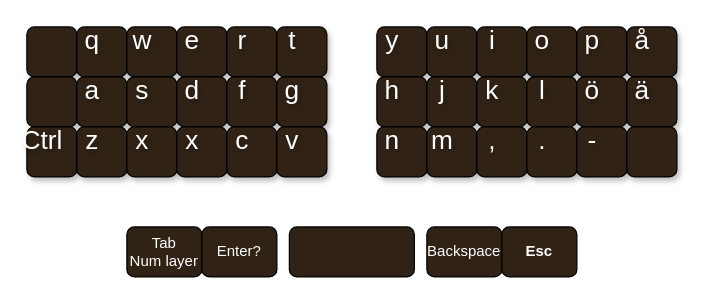
jpluomajoki/reviung41-zmk-config keeps this draw.io diagram as layout.drawio. Above is the earlier version. Source tidied: cells renumbered, new cells numbered last; positions are measured from the earlier drawing's top-left corner, leaving out a move shared by most shapes. Both pictures are drawn from the tidied source at 125%, with x=0, y=0 at pixel (26, 26).
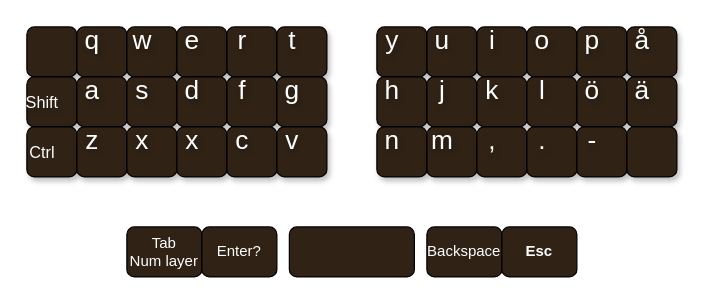
Above is the later version.

Change to the diagram source:
```diff
@@
-    <mxCell id="8" value="&lt;div&gt;&lt;br&gt;&lt;/div&gt;" style="whiteSpace=wrap;html=1;fillColor=#302316;perimeterSpacing=0;rounded=1;shadow=1;textShadow=1;fontSize=21;labelPosition=center;verticalLabelPosition=middle;align=center;verticalAlign=middle;spacingLeft=-15;spacingTop=-20;spacing=0;fontColor=#FFFFFF;" parent="1" vertex="1">
+    <mxCell id="8" value="Shift" style="whiteSpace=wrap;html=1;fillColor=#302316;perimeterSpacing=0;rounded=1;shadow=1;textShadow=1;fontSize=13;labelPosition=center;verticalLabelPosition=middle;align=center;verticalAlign=middle;spacingLeft=-15;spacingTop=0;spacing=0;fontColor=#FFFFFF;" parent="1" vertex="1">
       <mxGeometry y="40" width="40" height="40" as="geometry" />
     </mxCell>
@@
-    <mxCell id="14" value="&lt;font&gt;Ctrl&lt;/font&gt;" style="whiteSpace=wrap;html=1;fillColor=#302316;perimeterSpacing=0;rounded=1;shadow=1;textShadow=1;fontSize=21;labelPosition=center;verticalLabelPosition=middle;align=center;verticalAlign=middle;spacingLeft=-15;spacingTop=-20;spacing=0;fontColor=#FFFFFF;" parent="1" vertex="1">
+    <mxCell id="14" value="&lt;font style=&quot;font-size: 13px;&quot;&gt;Ctrl&lt;/font&gt;" style="whiteSpace=wrap;html=1;fillColor=#302316;perimeterSpacing=0;rounded=1;shadow=1;textShadow=0;fontSize=13;labelPosition=center;verticalLabelPosition=middle;align=center;verticalAlign=middle;spacingLeft=-15;spacingTop=0;spacing=0;fontColor=#FFFFFF;" parent="1" vertex="1">
       <mxGeometry y="80" width="40" height="40" as="geometry" />
     </mxCell>
```
